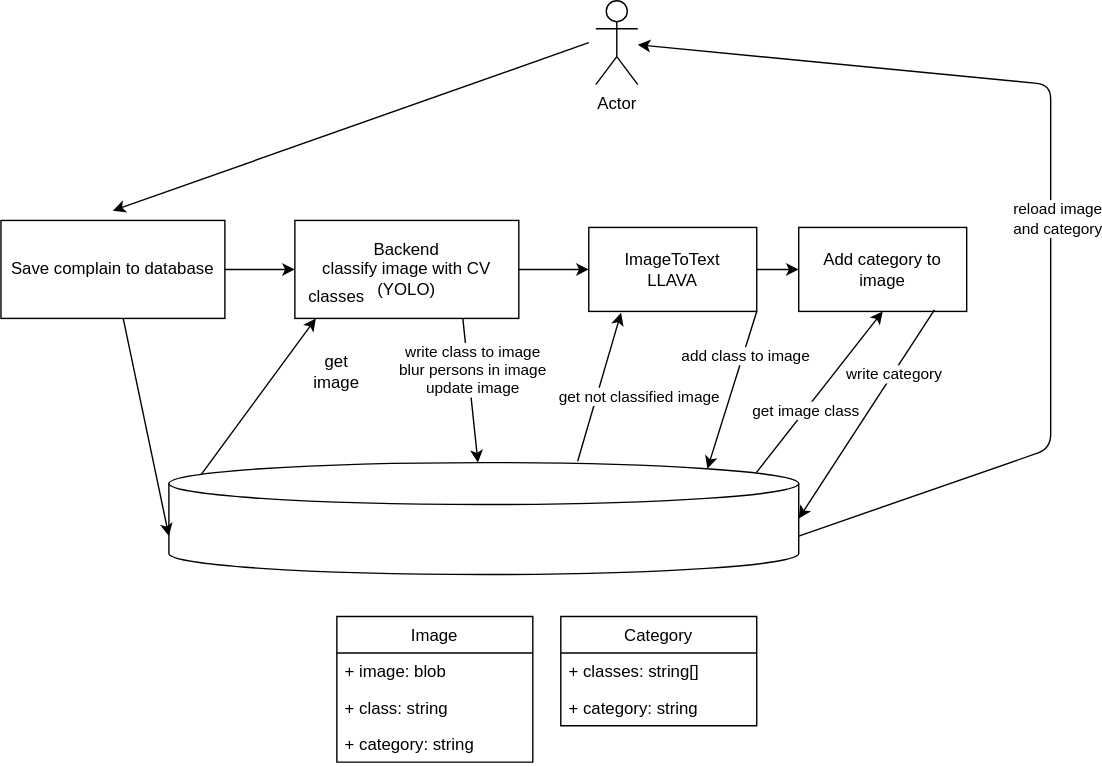
Before: concept.drawio.svg, a diagram exported from draw.io (marvindnc/HamelnHackBackend). Source tidied: cells renumbered, new cells last; positions are measured from the earlier drawing's top-left corner, leaving out a move shared by most shapes. The source it was exported from:
```xml
<mxGraphModel>
  <root>
    <mxCell id="0" />
    <mxCell id="1" parent="0" />
    <mxCell id="2" value="Backend&lt;br&gt;classify image with CV (YOLO)" style="rounded=0;whiteSpace=wrap;html=1;" parent="1" vertex="1">
      <mxGeometry x="210" y="157" width="160" height="70" as="geometry" />
    </mxCell>
    <mxCell id="3" value="get&lt;br&gt;image" style="text;html=1;strokeColor=none;fillColor=none;align=center;verticalAlign=middle;whiteSpace=wrap;rounded=0;" parent="1" vertex="1">
      <mxGeometry x="210" y="250" width="60" height="30" as="geometry" />
    </mxCell>
    <mxCell id="4" style="endArrow=classic;html=1;exitX=0;exitY=0.5;exitDx=0;exitDy=0;entryX=0.25;entryY=1;entryDx=0;entryDy=0;exitPerimeter=0;" parent="1" edge="1" source="6" target="5">
      <mxGeometry relative="1" as="geometry" />
    </mxCell>
    <mxCell id="5" value="classes" style="text;html=1;strokeColor=none;fillColor=none;align=center;verticalAlign=middle;whiteSpace=wrap;rounded=0;" parent="1" vertex="1">
      <mxGeometry x="210" y="197" width="60" height="30" as="geometry" />
    </mxCell>
    <mxCell id="6" style="shape=cylinder3;whiteSpace=wrap;html=1;boundedLbl=1;backgroundOutline=1;size=15;" parent="1" vertex="1">
      <mxGeometry x="120" y="330" width="450" height="80" as="geometry" />
    </mxCell>
    <mxCell id="7" style="endArrow=classic;html=1;exitX=1;exitY=0.5;exitDx=0;exitDy=0;" parent="1" edge="1" source="2" target="8">
      <mxGeometry relative="1" as="geometry" />
    </mxCell>
    <mxCell id="8" value="ImageToText&lt;br&gt;LLAVA" style="rounded=0;whiteSpace=wrap;html=1;" parent="1" vertex="1">
      <mxGeometry x="420" y="162" width="120" height="60" as="geometry" />
    </mxCell>
    <mxCell id="9" style="endArrow=classic;html=1;exitX=0.75;exitY=1;exitDx=0;exitDy=0;" parent="1" edge="1" source="2" target="6">
      <mxGeometry relative="1" as="geometry" />
    </mxCell>
    <mxCell id="10" value="write class to image&lt;br&gt;blur persons in image&lt;br&gt;update image" style="edgeLabel;html=1;align=center;verticalAlign=middle;" parent="9" vertex="1">
      <mxGeometry x="-0.28" y="3" relative="1" as="geometry" />
    </mxCell>
    <mxCell id="11" value="Add category to image" style="rounded=0;whiteSpace=wrap;html=1;" parent="1" vertex="1">
      <mxGeometry x="570" y="162" width="120" height="60" as="geometry" />
    </mxCell>
    <mxCell id="12" value="Image" style="swimlane;fontStyle=0;horizontal=1;startSize=26;fillColor=none;" parent="1" vertex="1">
      <mxGeometry x="240" y="440" width="140" height="104" as="geometry" />
    </mxCell>
    <mxCell id="13" value="+ image: blob" style="text;strokeColor=none;fillColor=none;align=left;verticalAlign=top;spacingLeft=4;spacingRight=4;overflow=hidden;" parent="12" vertex="1">
      <mxGeometry y="26" width="140" height="26" as="geometry" />
    </mxCell>
    <mxCell id="14" value="+ class: string" style="text;strokeColor=none;fillColor=none;align=left;verticalAlign=top;spacingLeft=4;spacingRight=4;overflow=hidden;" parent="12" vertex="1">
      <mxGeometry y="52" width="140" height="26" as="geometry" />
    </mxCell>
    <mxCell id="15" value="+ category: string" style="text;strokeColor=none;fillColor=none;align=left;verticalAlign=top;spacingLeft=4;spacingRight=4;overflow=hidden;" parent="12" vertex="1">
      <mxGeometry y="78" width="140" height="26" as="geometry" />
    </mxCell>
    <mxCell id="16" value="Actor" style="shape=umlActor;verticalLabelPosition=bottom;verticalAlign=top;html=1;outlineConnect=0;" parent="1" vertex="1">
      <mxGeometry x="425" width="30" height="60" as="geometry" />
    </mxCell>
    <mxCell id="17" style="endArrow=classic;html=1;" parent="1" edge="1">
      <mxGeometry relative="1" as="geometry">
        <mxPoint x="420" y="30" as="sourcePoint" />
        <mxPoint x="80" y="150" as="targetPoint" />
      </mxGeometry>
    </mxCell>
    <mxCell id="18" value="Save complain to database" style="rounded=0;whiteSpace=wrap;html=1;" parent="1" vertex="1">
      <mxGeometry y="157" width="160" height="70" as="geometry" />
    </mxCell>
    <mxCell id="19" style="endArrow=classic;html=1;entryX=0;entryY=0;entryDx=0;entryDy=52.5;entryPerimeter=0;" parent="1" edge="1" source="18" target="6">
      <mxGeometry relative="1" as="geometry" />
    </mxCell>
    <mxCell id="20" style="endArrow=classic;html=1;exitX=1;exitY=0.5;exitDx=0;exitDy=0;" parent="1" edge="1" source="18" target="2">
      <mxGeometry relative="1" as="geometry" />
    </mxCell>
    <mxCell id="21" style="endArrow=classic;html=1;exitX=0.649;exitY=-0.012;exitDx=0;exitDy=0;exitPerimeter=0;entryX=0.192;entryY=1.017;entryDx=0;entryDy=0;entryPerimeter=0;" parent="1" edge="1" source="6" target="8">
      <mxGeometry relative="1" as="geometry" />
    </mxCell>
    <mxCell id="22" value="get not classified image" style="edgeLabel;html=1;align=center;verticalAlign=middle;" parent="21" vertex="1">
      <mxGeometry x="-0.27" y="1" relative="1" as="geometry">
        <mxPoint x="33" y="-8" as="offset" />
      </mxGeometry>
    </mxCell>
    <mxCell id="23" style="endArrow=classic;html=1;exitX=1;exitY=1;exitDx=0;exitDy=0;entryX=0.855;entryY=0;entryDx=0;entryDy=4.35;entryPerimeter=0;" parent="1" edge="1" source="8" target="6">
      <mxGeometry relative="1" as="geometry" />
    </mxCell>
    <mxCell id="24" value="add class to image" style="edgeLabel;html=1;align=center;verticalAlign=middle;" parent="23" vertex="1">
      <mxGeometry x="-0.44" y="1" relative="1" as="geometry" />
    </mxCell>
    <mxCell id="25" style="endArrow=classic;html=1;exitX=0.933;exitY=0.088;exitDx=0;exitDy=0;exitPerimeter=0;entryX=0.5;entryY=1;entryDx=0;entryDy=0;" parent="1" edge="1" source="6" target="11">
      <mxGeometry relative="1" as="geometry" />
    </mxCell>
    <mxCell id="26" value="get image class" style="edgeLabel;html=1;align=center;verticalAlign=middle;" parent="25" vertex="1">
      <mxGeometry x="-0.24" relative="1" as="geometry" />
    </mxCell>
    <mxCell id="27" style="endArrow=classic;html=1;exitX=0.808;exitY=0.983;exitDx=0;exitDy=0;exitPerimeter=0;entryX=1;entryY=0.5;entryDx=0;entryDy=0;entryPerimeter=0;" parent="1" edge="1" source="11" target="6">
      <mxGeometry relative="1" as="geometry" />
    </mxCell>
    <mxCell id="28" value="write category" style="edgeLabel;html=1;align=center;verticalAlign=middle;" parent="27" vertex="1">
      <mxGeometry x="-0.4" relative="1" as="geometry" />
    </mxCell>
    <mxCell id="29" style="endArrow=classic;html=1;exitX=1;exitY=0.5;exitDx=0;exitDy=0;" parent="1" edge="1" source="8" target="11">
      <mxGeometry relative="1" as="geometry" />
    </mxCell>
    <mxCell id="30" style="endArrow=classic;html=1;exitX=1;exitY=0;exitDx=0;exitDy=52.5;exitPerimeter=0;" parent="1" edge="1" source="6" target="16">
      <mxGeometry relative="1" as="geometry">
        <Array as="points">
          <mxPoint x="750" y="320" />
          <mxPoint x="750" y="60" />
        </Array>
      </mxGeometry>
    </mxCell>
    <mxCell id="31" value="reload image&lt;br&gt;and category" style="edgeLabel;html=1;align=center;verticalAlign=middle;" parent="30" vertex="1">
      <mxGeometry x="-0.05" y="-4" relative="1" as="geometry" />
    </mxCell>
    <mxCell id="32" value="Category" style="swimlane;fontStyle=0;horizontal=1;startSize=26;fillColor=none;" parent="1" vertex="1">
      <mxGeometry x="400" y="440" width="140" height="78" as="geometry" />
    </mxCell>
    <mxCell id="33" value="+ classes: string[]" style="text;strokeColor=none;fillColor=none;align=left;verticalAlign=top;spacingLeft=4;spacingRight=4;overflow=hidden;" parent="32" vertex="1">
      <mxGeometry y="26" width="140" height="26" as="geometry" />
    </mxCell>
    <mxCell id="34" value="+ category: string" style="text;strokeColor=none;fillColor=none;align=left;verticalAlign=top;spacingLeft=4;spacingRight=4;overflow=hidden;" parent="32" vertex="1">
      <mxGeometry y="52" width="140" height="26" as="geometry" />
    </mxCell>
  </root>
</mxGraphModel>
```
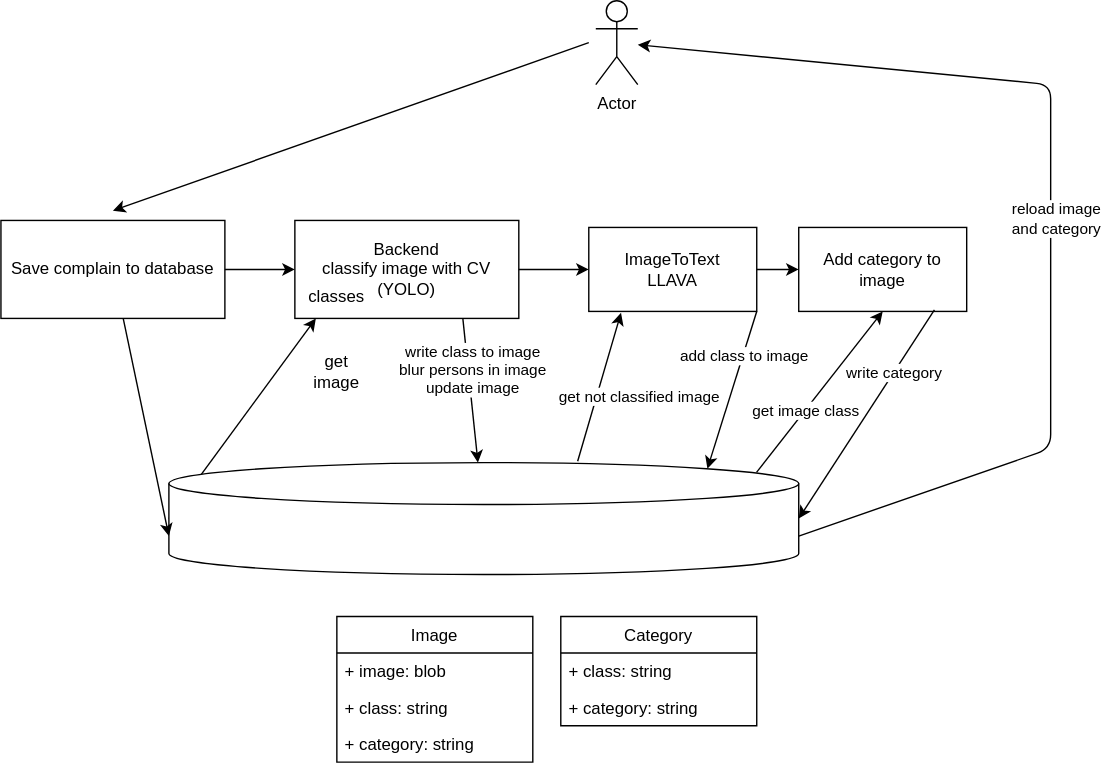
After the change.

Change to the diagram source:
```diff
@@ -105,7 +105,7 @@
     <mxCell id="32" value="Category" style="swimlane;fontStyle=0;horizontal=1;startSize=26;fillColor=none;" parent="1" vertex="1">
       <mxGeometry x="400" y="440" width="140" height="78" as="geometry" />
     </mxCell>
-    <mxCell id="33" value="+ classes: string[]" style="text;strokeColor=none;fillColor=none;align=left;verticalAlign=top;spacingLeft=4;spacingRight=4;overflow=hidden;" parent="32" vertex="1">
+    <mxCell id="33" value="+ class: string" style="text;strokeColor=none;fillColor=none;align=left;verticalAlign=top;spacingLeft=4;spacingRight=4;overflow=hidden;" parent="32" vertex="1">
       <mxGeometry y="26" width="140" height="26" as="geometry" />
     </mxCell>
     <mxCell id="34" value="+ category: string" style="text;strokeColor=none;fillColor=none;align=left;verticalAlign=top;spacingLeft=4;spacingRight=4;overflow=hidden;" parent="32" vertex="1">
```
